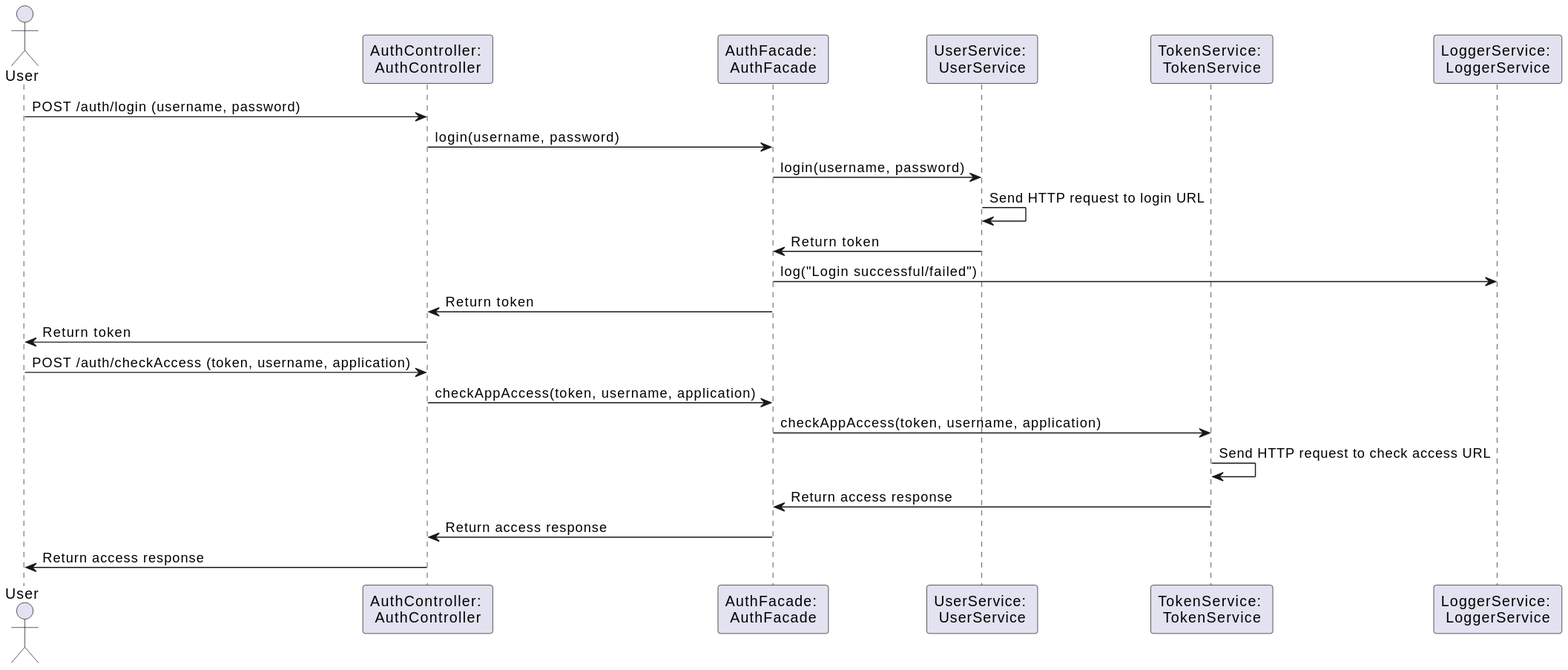
This is opdracht-diagrammen/C4-Diagrammen/Sequence_Diagram_Taha.svg from AIM-ENE-feb25/triptop-peak-performers-groep-1, a PlantUML export, as it was before one commit.
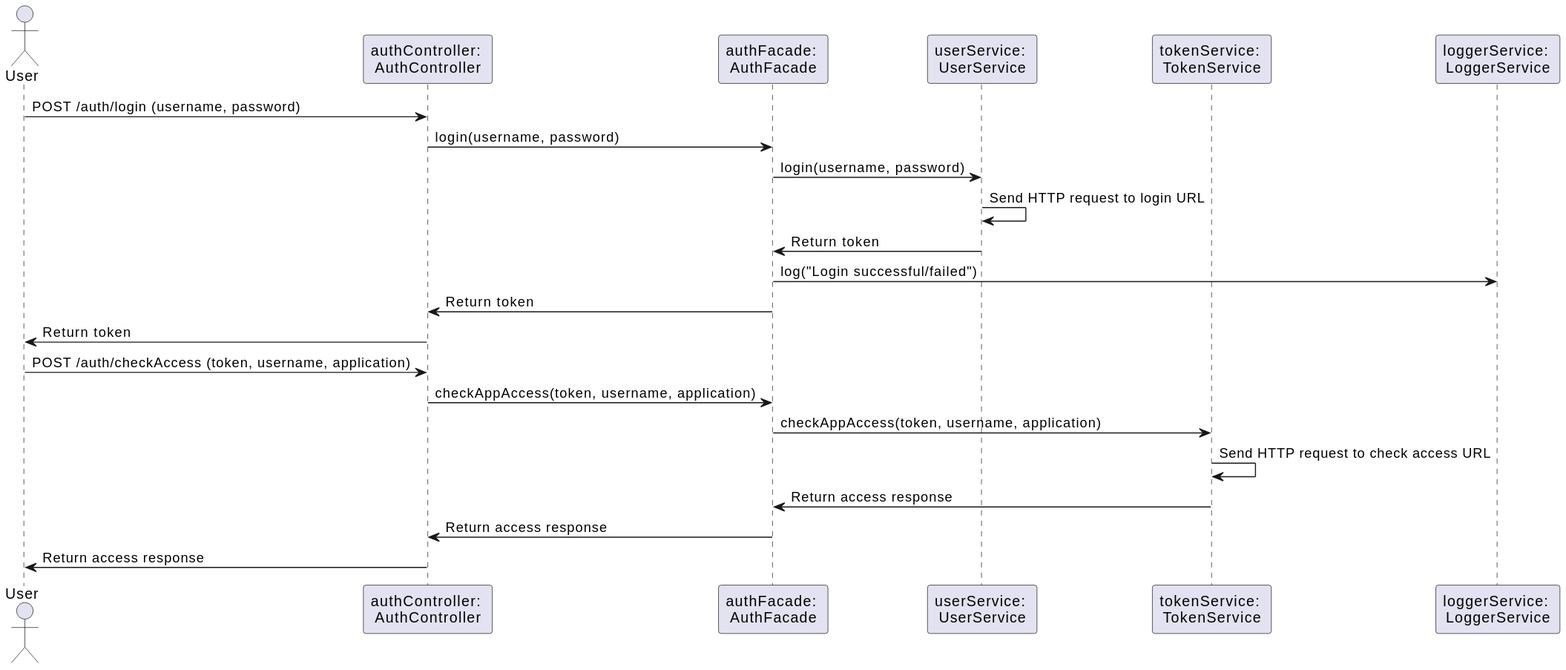
Later version of the same file.

Commit message:
diagrammen van taha aanpassingen

The edit, as a diff of the source:
```diff
@@ -1,10 +1,10 @@
 @startuml
 actor User
-participant "AuthController: \nAuthController" as AC
-participant "AuthFacade: \nAuthFacade" as AF
-participant "UserService: \nUserService" as US
-participant "TokenService: \nTokenService" as TS
-participant "LoggerService: \nLoggerService" as LS
+participant "authController: \nAuthController" as AC
+participant "authFacade: \nAuthFacade" as AF
+participant "userService: \nUserService" as US
+participant "tokenService: \nTokenService" as TS
+participant "loggerService: \nLoggerService" as LS
 
 User -> AC: POST /auth/login (username, password)
 AC -> AF: login(username, password)
```
